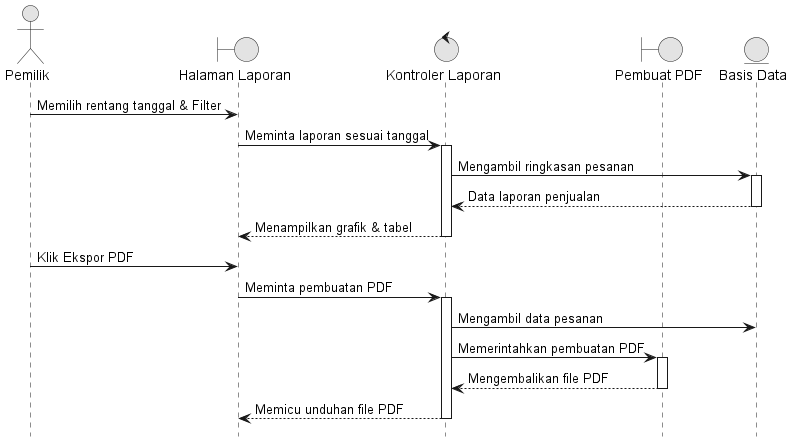
Reyonl/project_TA keeps this PlantUML diagram as docs/diagrams/11_Laporan.png. Above is the earlier version.
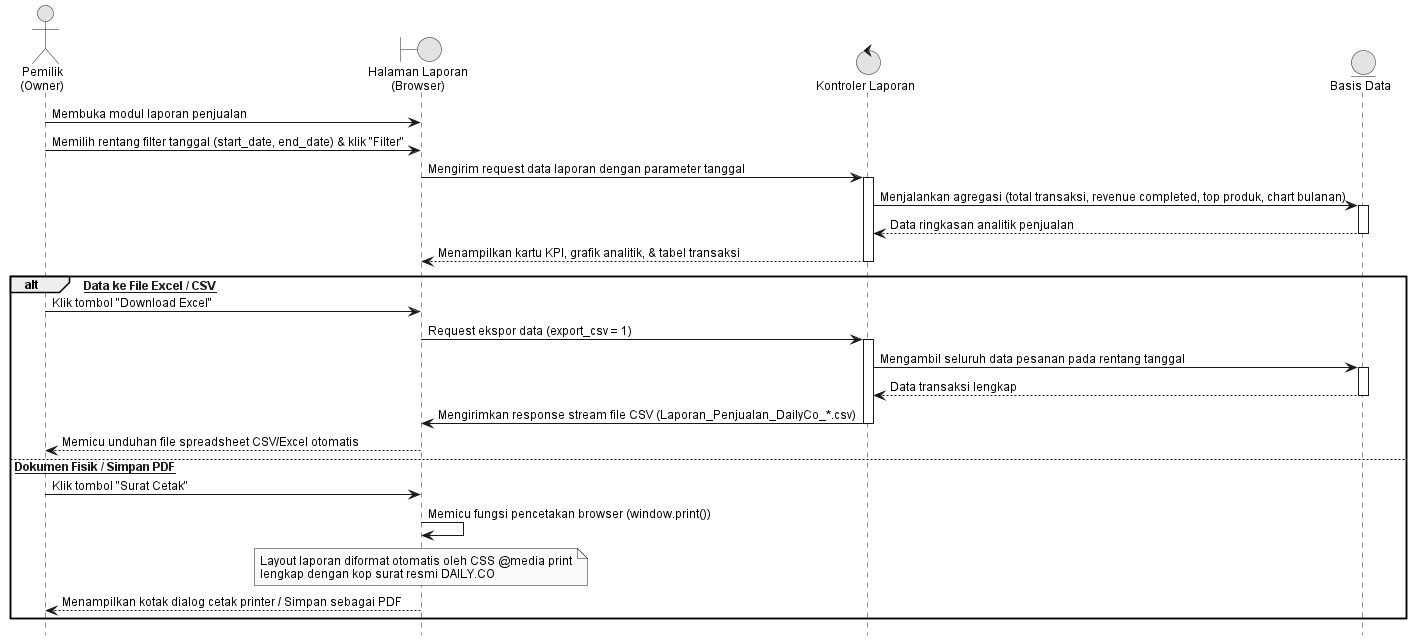
After the commit.

Change to the diagram source:
```diff
@@ -1,32 +1,42 @@
 @startuml 11_Laporan
 hide footbox
+skinparam backgroundColor white
 skinparam monochrome true
 skinparam shadowing false
+skinparam DefaultFontName Arial
+skinparam DefaultFontSize 12
 
-actor "Pemilik" as Owner
-boundary "Halaman Laporan" as View
+actor "Pemilik\n(Owner)" as Owner
+boundary "Halaman Laporan\n(Browser)" as View
 control "Kontroler Laporan" as Controller
-boundary "Pembuat PDF" as PDF
 entity "Basis Data" as DB
 
-Owner -> View : Memilih rentang tanggal & Filter
-View -> Controller : Meminta laporan sesuai tanggal
+Owner -> View : Membuka modul laporan penjualan
+Owner -> View : Memilih rentang filter tanggal (start_date, end_date) & klik "Filter"
+View -> Controller : Mengirim request data laporan dengan parameter tanggal
 activate Controller
-Controller -> DB : Mengambil ringkasan pesanan
+Controller -> DB : Menjalankan agregasi (total transaksi, revenue completed, top produk, chart bulanan)
 activate DB
-DB --> Controller : Data laporan penjualan
+DB --> Controller : Data ringkasan analitik penjualan
 deactivate DB
-Controller --> View : Menampilkan grafik & tabel
+Controller --> View : Menampilkan kartu KPI, grafik analitik, & tabel transaksi
 deactivate Controller
 
-Owner -> View : Klik Ekspor PDF
-View -> Controller : Meminta pembuatan PDF
-activate Controller
-Controller -> DB : Mengambil data pesanan
-Controller -> PDF : Memerintahkan pembuatan PDF
-activate PDF
-PDF --> Controller : Mengembalikan file PDF
-deactivate PDF
-Controller --> View : Memicu unduhan file PDF
-deactivate Controller
+alt [Ekspor Data ke File Excel / CSV]
+    Owner -> View : Klik tombol "Download Excel"
+    View -> Controller : Request ekspor data (export_csv = 1)
+    activate Controller
+    Controller -> DB : Mengambil seluruh data pesanan pada rentang tanggal
+    activate DB
+    DB --> Controller : Data transaksi lengkap
+    deactivate DB
+    Controller -> View : Mengirimkan response stream file CSV (Laporan_Penjualan_DailyCo_*.csv)
+    deactivate Controller
+    View --> Owner : Memicu unduhan file spreadsheet CSV/Excel otomatis
+else [Cetak Dokumen Fisik / Simpan PDF]
+    Owner -> View : Klik tombol "Surat Cetak"
+    View -> View : Memicu fungsi pencetakan browser (window.print())
+    note over View : Layout laporan diformat otomatis oleh CSS @media print\nlengkap dengan kop surat resmi DAILY.CO
+    View --> Owner : Menampilkan kotak dialog cetak printer / Simpan sebagai PDF
+end
 @enduml
```
